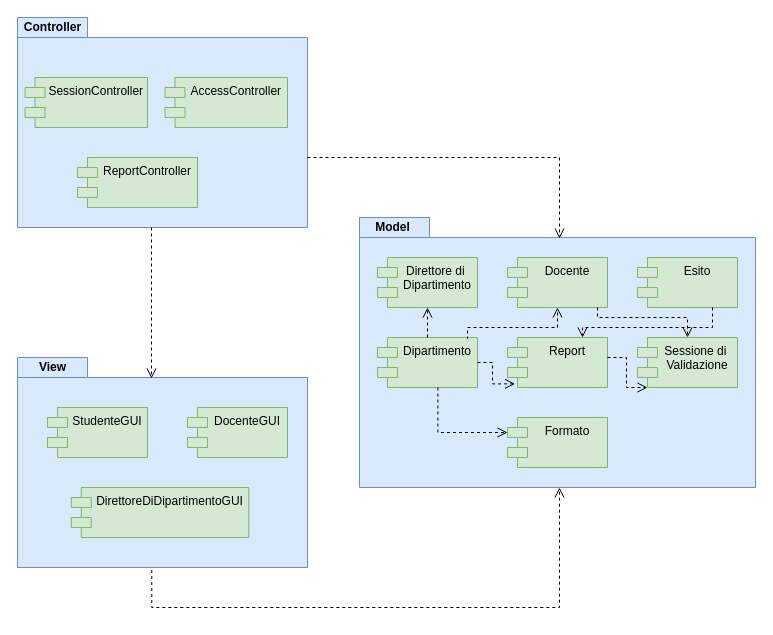
Before: Documentazione/Resources/Component Diagram.drawio in Alberto-00/EasyPass, a draw.io diagram. Source tidied: cells renumbered, new cells numbered last; positions are measured from the earlier drawing's top-left corner, leaving out a move shared by most shapes. Both pictures are drawn from the tidied source at 100%, with x=0, y=0 at pixel (17, 17).
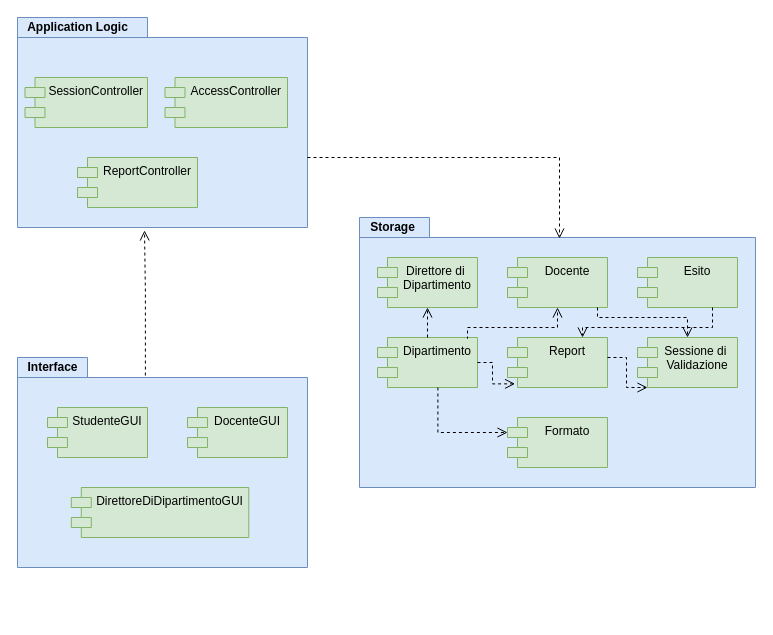
The same page after the edit.

Unchanged cells that the change refers to:
```xml
<mxCell id="4" style="shape=folder;fontStyle=1;spacingTop=10;tabWidth=70;tabHeight=20;tabPosition=left;html=1;fillColor=#dae8fc;strokeColor=#6c8ebf;" parent="1" vertex="1">
  <mxGeometry x="342" y="200" width="396" height="270" as="geometry" />
</mxCell>
<mxCell id="6" style="shape=folder;fontStyle=1;spacingTop=10;tabWidth=70;tabHeight=20;tabPosition=left;html=1;fillColor=#dae8fc;strokeColor=#6c8ebf;" parent="1" vertex="1">
  <mxGeometry y="340" width="290" height="210" as="geometry" />
</mxCell>
```

The edit, as a diff of the source:
```diff
@@
-    <mxCell id="2" style="shape=folder;fontStyle=1;spacingTop=10;tabWidth=70;tabHeight=20;tabPosition=left;html=1;fillColor=#dae8fc;strokeColor=#6c8ebf;" parent="1" vertex="1">
+    <mxCell id="2" style="shape=folder;fontStyle=1;spacingTop=10;tabWidth=130;tabHeight=20;tabPosition=left;html=1;fillColor=#dae8fc;strokeColor=#6c8ebf;" parent="1" vertex="1">
       <mxGeometry width="290" height="210" as="geometry" />
     </mxCell>
-    <mxCell id="3" value="&lt;b&gt;Controller&lt;/b&gt;" style="text;html=1;align=center;verticalAlign=middle;strokeColor=none;fillColor=none;" parent="1" vertex="1">
-      <mxGeometry width="70" height="20" as="geometry" />
-    </mxCell>
@@
-    <mxCell id="5" value="&lt;b&gt;Model&lt;/b&gt;" style="text;html=1;align=center;verticalAlign=middle;strokeColor=none;fillColor=none;" parent="1" vertex="1">
-      <mxGeometry x="350" y="200" width="50" height="20" as="geometry" />
+    <mxCell id="5" value="&lt;b&gt;Storage&lt;/b&gt;" style="text;html=1;align=center;verticalAlign=middle;strokeColor=none;fillColor=none;" parent="1" vertex="1">
+      <mxGeometry x="345" y="200" width="60" height="20" as="geometry" />
     </mxCell>
@@
-    <mxCell id="7" value="&lt;b&gt;View&lt;/b&gt;" style="text;html=1;align=center;verticalAlign=middle;strokeColor=none;fillColor=none;" parent="1" vertex="1">
-      <mxGeometry x="15" y="340" width="40" height="20" as="geometry" />
+    <mxCell id="7" value="&lt;b&gt;Interface&lt;/b&gt;" style="text;html=1;align=center;verticalAlign=middle;strokeColor=none;fillColor=none;" parent="1" vertex="1">
+      <mxGeometry y="340" width="70" height="20" as="geometry" />
     </mxCell>
-    <mxCell id="8" style="html=1;verticalAlign=bottom;endArrow=open;dashed=1;endSize=8;rounded=0;edgeStyle=orthogonalEdgeStyle;exitX=0.462;exitY=1;exitDx=0;exitDy=0;exitPerimeter=0;entryX=0.462;entryY=0.1;entryDx=0;entryDy=0;entryPerimeter=0;" parent="1" edge="1" source="2" target="6">
+    <mxCell id="8" style="html=1;verticalAlign=bottom;endArrow=open;dashed=1;endSize=8;rounded=0;edgeStyle=orthogonalEdgeStyle;entryX=0.438;entryY=1.014;entryDx=0;entryDy=0;entryPerimeter=0;exitX=0.441;exitY=0.086;exitDx=0;exitDy=0;exitPerimeter=0;" parent="1" edge="1" source="6" target="2">
       <mxGeometry relative="1" as="geometry" />
     </mxCell>
@@
-    <mxCell id="19" style="html=1;verticalAlign=bottom;endArrow=open;dashed=1;endSize=8;rounded=0;edgeStyle=orthogonalEdgeStyle;exitX=0.463;exitY=1.012;exitDx=0;exitDy=0;exitPerimeter=0;entryX=0.505;entryY=1;entryDx=0;entryDy=0;entryPerimeter=0;" parent="1" edge="1" source="6" target="4">
-      <mxGeometry relative="1" as="geometry">
-        <Array as="points">
-          <mxPoint x="134" y="590" />
-          <mxPoint x="542" y="590" />
-        </Array>
-      </mxGeometry>
-    </mxCell>
@@
+    <mxCell id="31" value="&lt;b&gt;&lt;font style=&quot;font-size: 12px&quot;&gt;Application Logic&lt;/font&gt;&lt;/b&gt;" style="text;html=1;align=center;verticalAlign=middle;strokeColor=none;fillColor=none;" parent="1" vertex="1">
+      <mxGeometry width="120" height="20" as="geometry" />
+    </mxCell>
```
